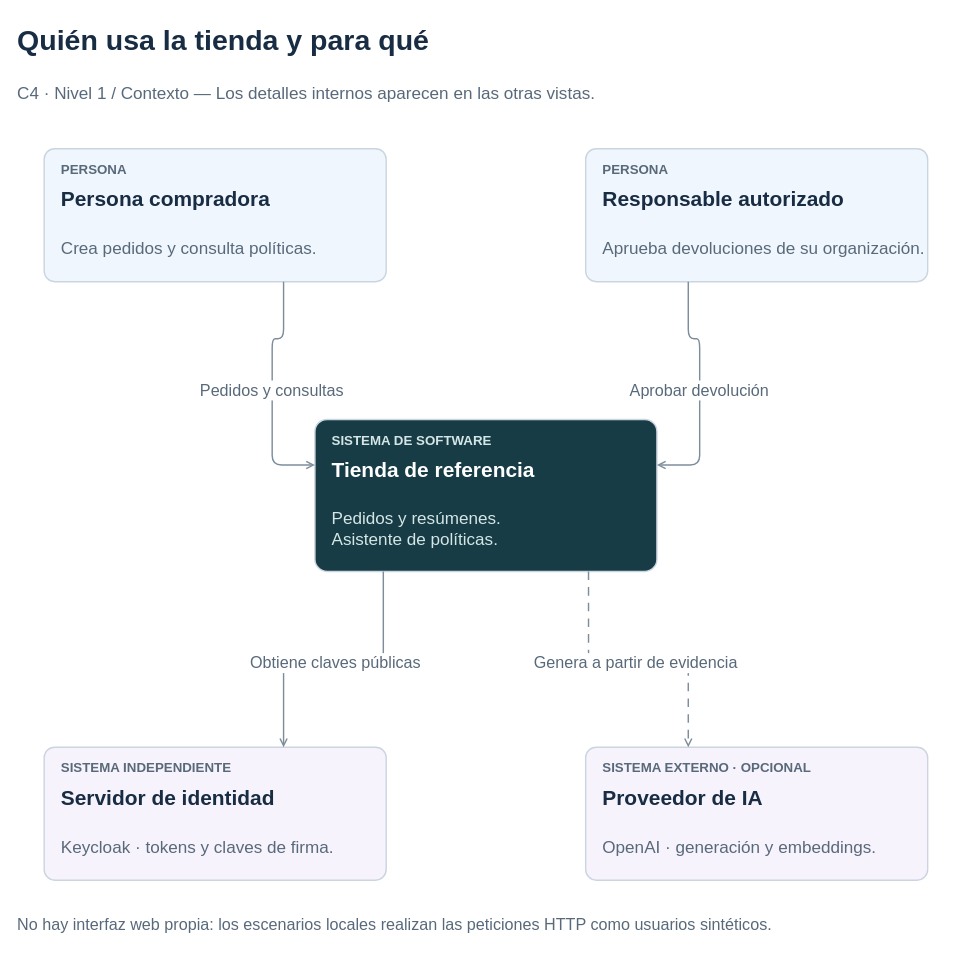
Before: page "Quién usa la tienda y para qué" (4 of 16) of docs/diagrams/architecture.drawio in victormartingil/software-architecture, a draw.io diagram. Source tidied: cells renumbered, new cells numbered last; positions are measured from the earlier drawing's top-left corner, leaving out a move shared by most shapes. Both pictures are drawn from the tidied source at 95%, with x=0, y=0 at pixel (15, 15).
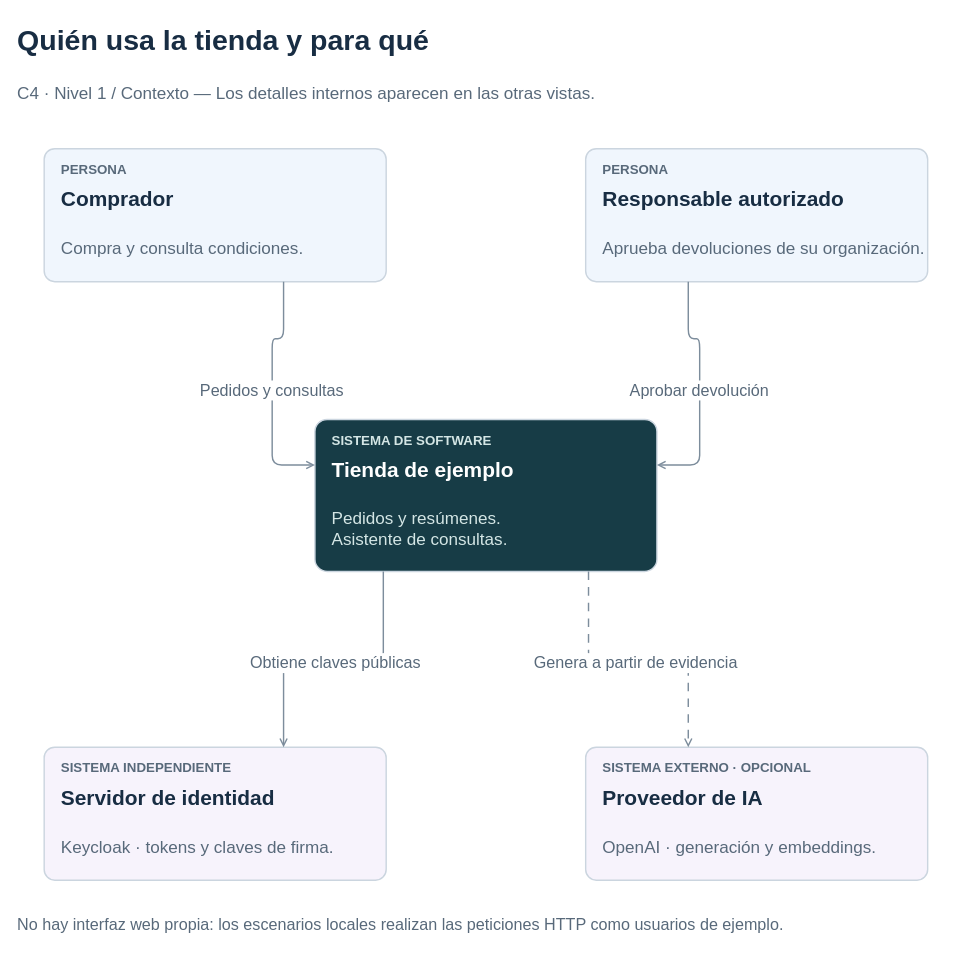
The same diagram, later.

The change refers to these unchanged cells:
```xml
<mxCell id="4" style="group;fillColor=none;strokeColor=none;" parent="1" vertex="1">
  <mxGeometry x="30" y="140" width="360" height="140" as="geometry" />
</mxCell>
<mxCell id="14" style="group;fillColor=none;strokeColor=none;" parent="1" vertex="1">
  <mxGeometry x="315" y="425" width="360" height="160" as="geometry" />
</mxCell>
```

Change to the diagram source:
```diff
@@
-    <mxCell id="7" value="Persona compradora" style="text;html=0;fillColor=none;strokeColor=none;fontFamily=Arial;fontSize=22;fontColor=#182D43;fontStyle=1;align=left;verticalAlign=middle;" parent="4" vertex="1">
+    <mxCell id="7" value="Comprador" style="text;html=0;fillColor=none;strokeColor=none;fontFamily=Arial;fontSize=22;fontColor=#182D43;fontStyle=1;align=left;verticalAlign=middle;" parent="4" vertex="1">
       <mxGeometry x="16" y="35" width="328" height="32" as="geometry" />
     </mxCell>
-    <mxCell id="8" value="Crea pedidos y consulta políticas." style="text;html=0;fillColor=none;strokeColor=none;fontFamily=Arial;fontSize=18;fontColor=#58697A;fontStyle=0;align=left;verticalAlign=middle;" parent="4" vertex="1">
+    <mxCell id="8" value="Compra y consulta condiciones." style="text;html=0;fillColor=none;strokeColor=none;fontFamily=Arial;fontSize=18;fontColor=#58697A;fontStyle=0;align=left;verticalAlign=middle;" parent="4" vertex="1">
       <mxGeometry x="16" y="76" width="328" height="55" as="geometry" />
     </mxCell>
@@
-    <mxCell id="17" value="Tienda de referencia" style="text;html=0;fillColor=none;strokeColor=none;fontFamily=Arial;fontSize=22;fontColor=#FFFFFF;fontStyle=1;align=left;verticalAlign=middle;" parent="14" vertex="1">
+    <mxCell id="17" value="Tienda de ejemplo" style="text;html=0;fillColor=none;strokeColor=none;fontFamily=Arial;fontSize=22;fontColor=#FFFFFF;fontStyle=1;align=left;verticalAlign=middle;" parent="14" vertex="1">
       <mxGeometry x="16" y="35" width="328" height="32" as="geometry" />
     </mxCell>
-    <mxCell id="18" value="Pedidos y resúmenes.&#10;Asistente de políticas." style="text;html=0;fillColor=none;strokeColor=none;fontFamily=Arial;fontSize=18;fontColor=#D4E6E5;fontStyle=0;align=left;verticalAlign=middle;" parent="14" vertex="1">
+    <mxCell id="18" value="Pedidos y resúmenes.&#10;Asistente de consultas." style="text;html=0;fillColor=none;strokeColor=none;fontFamily=Arial;fontSize=18;fontColor=#D4E6E5;fontStyle=0;align=left;verticalAlign=middle;" parent="14" vertex="1">
       <mxGeometry x="16" y="76" width="328" height="75" as="geometry" />
     </mxCell>
@@
-    <mxCell id="33" value="No hay interfaz web propia: los escenarios locales realizan las peticiones HTTP como usuarios sintéticos." style="text;html=0;fillColor=none;strokeColor=none;fontFamily=Arial;fontSize=17;fontColor=#58697A;fontStyle=0;align=left;verticalAlign=middle;" parent="1" vertex="1">
+    <mxCell id="33" value="No hay interfaz web propia: los escenarios locales realizan las peticiones HTTP como usuarios de ejemplo." style="text;html=0;fillColor=none;strokeColor=none;fontFamily=Arial;fontSize=17;fontColor=#58697A;fontStyle=0;align=left;verticalAlign=middle;" parent="1" vertex="1">
       <mxGeometry y="930" width="990" height="50" as="geometry" />
     </mxCell>
```
